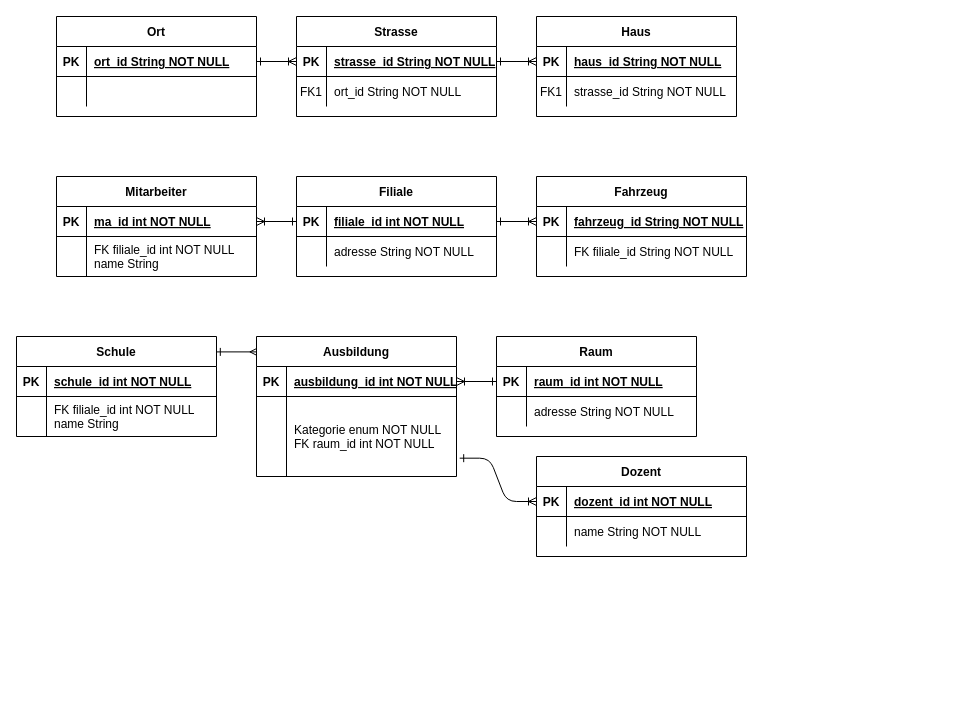
ferreric/ffhs_dbs keeps this draw.io diagram as Unbenanntes Diagramm.drawio. Above is the earlier version. Source tidied: cells renumbered, new cells numbered last; positions are measured from the earlier drawing's top-left corner, leaving out a move shared by most shapes. Both pictures are drawn from the tidied source at 100%, with x=0, y=0 at pixel (16, 16).
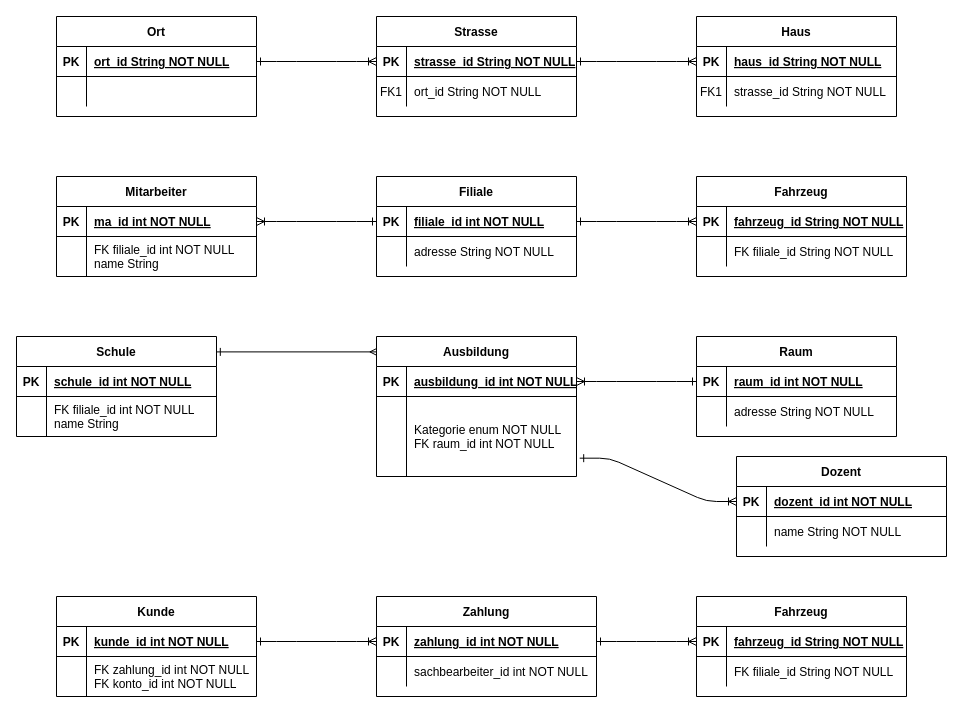
The same diagram, later.

Commit message:
platz für beziehungs-bezeichner gemacht

Diff of the diagram source:
```diff
@@
     <mxCell id="4" value="Strasse" style="shape=table;startSize=30;childLayout=tableLayout;rowLines=0;fontStyle=1;align=center;" parent="1" vertex="1">
-      <mxGeometry x="280" width="200" height="100" as="geometry" />
+      <mxGeometry x="360" width="200" height="100" as="geometry" />
     </mxCell>
@@
     <mxCell id="11" value="Haus" style="shape=table;startSize=30;childLayout=tableLayout;rowLines=0;fontStyle=1;align=center;" parent="1" vertex="1">
-      <mxGeometry x="520" width="200" height="100" as="geometry" />
+      <mxGeometry x="680" width="200" height="100" as="geometry" />
     </mxCell>
@@
     <mxCell id="26" value="Filiale" style="shape=table;startSize=30;childLayout=tableLayout;rowLines=0;fontStyle=1;align=center;" parent="1" vertex="1">
-      <mxGeometry x="280" y="160" width="200" height="100" as="geometry" />
+      <mxGeometry x="360" y="160" width="200" height="100" as="geometry" />
     </mxCell>
@@
     <mxCell id="33" value="Fahrzeug" style="shape=table;startSize=30;childLayout=tableLayout;rowLines=0;fontStyle=1;align=center;" parent="1" vertex="1">
-      <mxGeometry x="520" y="160" width="210" height="100" as="geometry" />
+      <mxGeometry x="680" y="160" width="210" height="100" as="geometry" />
     </mxCell>
@@
     <mxCell id="49" value="Raum" style="shape=table;startSize=30;childLayout=tableLayout;rowLines=0;fontStyle=1;align=center;" parent="1" vertex="1">
-      <mxGeometry x="480" y="320" width="200" height="100" as="geometry" />
+      <mxGeometry x="680" y="320" width="200" height="100" as="geometry" />
     </mxCell>
@@
     <mxCell id="56" value="Dozent" style="shape=table;startSize=30;childLayout=tableLayout;rowLines=0;fontStyle=1;align=center;" parent="1" vertex="1">
-      <mxGeometry x="520" y="440" width="210" height="100" as="geometry" />
+      <mxGeometry x="720" y="440" width="210" height="100" as="geometry" />
     </mxCell>
@@
     <mxCell id="64" value="Ausbildung" style="shape=table;startSize=30;childLayout=tableLayout;rowLines=0;fontStyle=1;align=center;" parent="1" vertex="1">
-      <mxGeometry x="240" y="320" width="200" height="140" as="geometry" />
+      <mxGeometry x="360" y="320" width="200" height="140" as="geometry" />
     </mxCell>
@@
+    <mxCell id="79" style="edgeStyle=entityRelationEdgeStyle;endArrow=ERoneToMany;startArrow=ERone;endFill=0;startFill=0;entryX=0;entryY=0.5;entryDx=0;entryDy=0;" parent="1" edge="1" source="81" target="88">
+      <mxGeometry relative="1" as="geometry" />
+    </mxCell>
+    <mxCell id="80" value="Zahlung" style="shape=table;startSize=30;childLayout=tableLayout;rowLines=0;fontStyle=1;align=center;" parent="1" vertex="1">
+      <mxGeometry x="360" y="580" width="220" height="100" as="geometry" />
+    </mxCell>
+    <mxCell id="81" style="shape=partialRectangle;fillColor=none;points=[[0,0.5],[1,0.5]];portConstraint=eastwest;top=0;left=0;right=0;bottom=1;" parent="80" vertex="1">
+      <mxGeometry y="30" width="220" height="30" as="geometry" />
+    </mxCell>
+    <mxCell id="82" value="PK" style="shape=partialRectangle;overflow=hidden;fillColor=none;top=0;left=0;bottom=0;right=0;fontStyle=1;" parent="81" vertex="1">
+      <mxGeometry width="30" height="30" as="geometry" />
+    </mxCell>
+    <mxCell id="83" value="zahlung_id int NOT NULL " style="shape=partialRectangle;overflow=hidden;fillColor=none;top=0;left=0;bottom=0;right=0;align=left;spacingLeft=6;fontStyle=5;" parent="81" vertex="1">
+      <mxGeometry x="30" width="190" height="30" as="geometry" />
+    </mxCell>
+    <mxCell id="84" style="shape=partialRectangle;fillColor=none;top=0;left=0;right=0;bottom=0;" parent="80" vertex="1">
+      <mxGeometry y="60" width="220" height="30" as="geometry" />
+    </mxCell>
+    <mxCell id="85" style="shape=partialRectangle;overflow=hidden;fillColor=none;top=0;left=0;bottom=0;right=0;" parent="84" vertex="1">
+      <mxGeometry width="30" height="30" as="geometry" />
+    </mxCell>
+    <mxCell id="86" value="sachbearbeiter_id int NOT NULL" style="shape=partialRectangle;overflow=hidden;fillColor=none;top=0;left=0;bottom=0;right=0;align=left;spacingLeft=6;" parent="84" vertex="1">
+      <mxGeometry x="30" width="190" height="30" as="geometry" />
+    </mxCell>
+    <mxCell id="87" value="Fahrzeug" style="shape=table;startSize=30;childLayout=tableLayout;rowLines=0;fontStyle=1;align=center;" parent="1" vertex="1">
+      <mxGeometry x="680" y="580" width="210" height="100" as="geometry" />
+    </mxCell>
+    <mxCell id="88" style="shape=partialRectangle;fillColor=none;points=[[0,0.5],[1,0.5]];portConstraint=eastwest;top=0;left=0;right=0;bottom=1;" parent="87" vertex="1">
+      <mxGeometry y="30" width="210" height="30" as="geometry" />
+    </mxCell>
+    <mxCell id="89" value="PK" style="shape=partialRectangle;overflow=hidden;fillColor=none;top=0;left=0;bottom=0;right=0;fontStyle=1;" parent="88" vertex="1">
+      <mxGeometry width="30" height="30" as="geometry" />
+    </mxCell>
+    <mxCell id="90" value="fahrzeug_id String NOT NULL " style="shape=partialRectangle;overflow=hidden;fillColor=none;top=0;left=0;bottom=0;right=0;align=left;spacingLeft=6;fontStyle=5;" parent="88" vertex="1">
+      <mxGeometry x="30" width="180" height="30" as="geometry" />
+    </mxCell>
+    <mxCell id="91" style="shape=partialRectangle;fillColor=none;top=0;left=0;right=0;bottom=0;" parent="87" vertex="1">
+      <mxGeometry y="60" width="210" height="30" as="geometry" />
+    </mxCell>
+    <mxCell id="92" style="shape=partialRectangle;overflow=hidden;fillColor=none;top=0;left=0;bottom=0;right=0;" parent="91" vertex="1">
+      <mxGeometry width="30" height="30" as="geometry" />
+    </mxCell>
+    <mxCell id="93" value="FK filiale_id String NOT NULL" style="shape=partialRectangle;overflow=hidden;fillColor=none;top=0;left=0;bottom=0;right=0;align=left;spacingLeft=6;" parent="91" vertex="1">
+      <mxGeometry x="30" width="180" height="30" as="geometry" />
+    </mxCell>
+    <mxCell id="94" value="Kunde" style="shape=table;startSize=30;childLayout=tableLayout;rowLines=0;fontStyle=1;align=center;" parent="1" vertex="1">
+      <mxGeometry x="40" y="580" width="200" height="100" as="geometry" />
+    </mxCell>
+    <mxCell id="95" style="shape=partialRectangle;fillColor=none;points=[[0,0.5],[1,0.5]];portConstraint=eastwest;top=0;left=0;right=0;bottom=1;" parent="94" vertex="1">
+      <mxGeometry y="30" width="200" height="30" as="geometry" />
+    </mxCell>
+    <mxCell id="96" value="PK" style="shape=partialRectangle;overflow=hidden;fillColor=none;top=0;left=0;bottom=0;right=0;fontStyle=1;" parent="95" vertex="1">
+      <mxGeometry width="30" height="30" as="geometry" />
+    </mxCell>
+    <mxCell id="97" value="kunde_id int NOT NULL " style="shape=partialRectangle;overflow=hidden;fillColor=none;top=0;left=0;bottom=0;right=0;align=left;spacingLeft=6;fontStyle=5;" parent="95" vertex="1">
+      <mxGeometry x="30" width="170" height="30" as="geometry" />
+    </mxCell>
+    <mxCell id="98" style="shape=partialRectangle;fillColor=none;top=0;left=0;right=0;bottom=0;" parent="94" vertex="1">
+      <mxGeometry y="60" width="200" height="40" as="geometry" />
+    </mxCell>
+    <mxCell id="99" style="shape=partialRectangle;overflow=hidden;fillColor=none;top=0;left=0;bottom=0;right=0;" parent="98" vertex="1">
+      <mxGeometry width="30" height="40" as="geometry" />
+    </mxCell>
+    <mxCell id="100" value="FK zahlung_id int NOT NULL&#10;FK konto_id int NOT NULL" style="shape=partialRectangle;overflow=hidden;fillColor=none;top=0;left=0;bottom=0;right=0;align=left;spacingLeft=6;" parent="98" vertex="1">
+      <mxGeometry x="30" width="170" height="40" as="geometry" />
+    </mxCell>
+    <mxCell id="101" style="edgeStyle=entityRelationEdgeStyle;endArrow=ERoneToMany;startArrow=ERone;endFill=0;startFill=0;" parent="1" edge="1" source="95" target="81">
+      <mxGeometry relative="1" as="geometry" />
+    </mxCell>
```
